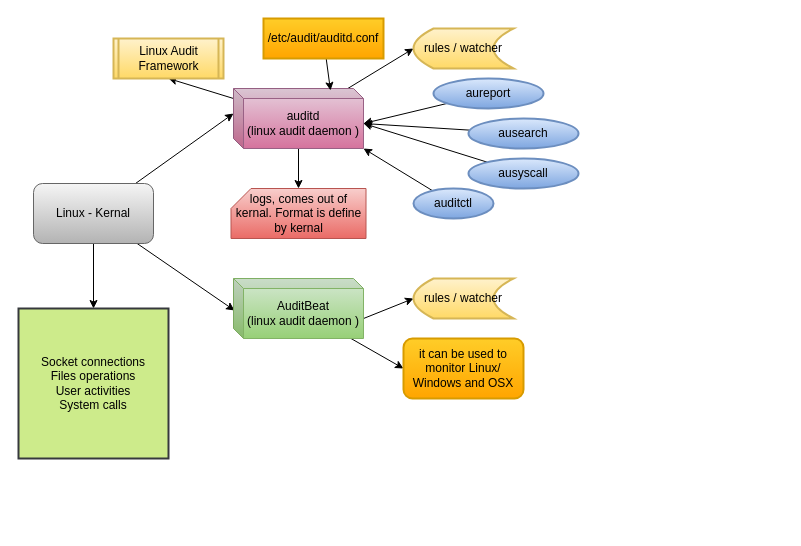
This is page "General" (1 of 3) of My Articles/elastic stack/Audit Beat Understanding.drawio from paramothers/books, a draw.io file, before an edit. Source tidied: cells renumbered, new cells numbered last; positions are measured from the earlier drawing's top-left corner, leaving out a move shared by most shapes. Both pictures are drawn from the tidied source at 100%, with x=0, y=0 at pixel (18, 18).
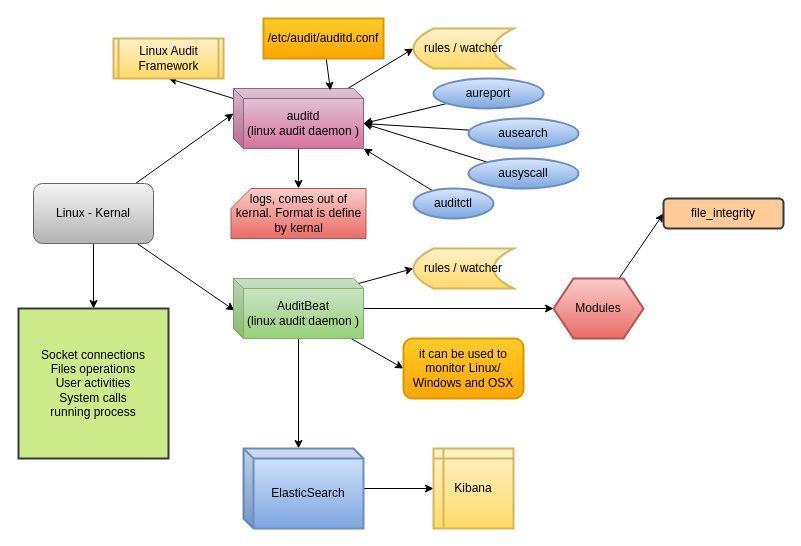
Above is the later version.

The change refers to these unchanged cells:
```xml
<mxCell id="27" value="AuditBeat&lt;br&gt;(linux audit daemon )" style="shape=cube;whiteSpace=wrap;html=1;boundedLbl=1;backgroundOutline=1;darkOpacity=0.05;darkOpacity2=0.1;size=10;gradientColor=#97d077;fillColor=#d5e8d4;strokeColor=#82b366;" parent="1" vertex="1">
  <mxGeometry x="215" y="260" width="130" height="60" as="geometry" />
</mxCell>
```

The edit, as a diff of the source:
```diff
@@
-    <mxCell id="7" style="edgeStyle=none;rounded=0;jettySize=auto;html=1;entryX=0;entryY=0.5;entryDx=0;entryDy=0;exitX=1;exitY=0.667;exitDx=0;exitDy=0;exitPerimeter=0;" parent="1" edge="1" source="27" target="25">
+    <mxCell id="7" style="edgeStyle=none;rounded=0;jettySize=auto;html=1;entryX=0;entryY=0.5;entryDx=0;entryDy=0;exitX=0;exitY=0;exitDx=125;exitDy=5;exitPerimeter=0;" parent="1" edge="1" source="27" target="25">
       <mxGeometry relative="1" as="geometry" />
     </mxCell>
@@
-    <mxCell id="12" value="Socket connections&lt;br&gt;Files operations&lt;br&gt;User activities&lt;br&gt;System calls" style="text;html=1;fillColor=#cdeb8b;align=center;verticalAlign=middle;whiteSpace=wrap;rounded=0;strokeColor=#36393d;strokeWidth=2;" parent="1" vertex="1">
+    <mxCell id="12" value="Socket connections&lt;br&gt;Files operations&lt;br&gt;User activities&lt;br&gt;System calls&lt;br&gt;running process" style="text;html=1;fillColor=#cdeb8b;align=center;verticalAlign=middle;whiteSpace=wrap;rounded=0;strokeColor=#36393d;strokeWidth=2;" parent="1" vertex="1">
       <mxGeometry y="290" width="150" height="150" as="geometry" />
     </mxCell>
@@
     <mxCell id="25" value="rules / watcher" style="shape=dataStorage;whiteSpace=wrap;html=1;fixedSize=1;strokeColor=#d6b656;strokeWidth=2;gradientColor=#ffd966;fillColor=#fff2cc;" parent="1" vertex="1">
-      <mxGeometry x="395" y="260" width="100" height="40" as="geometry" />
+      <mxGeometry x="395" y="230" width="100" height="40" as="geometry" />
     </mxCell>
@@
+    <mxCell id="29" style="edgeStyle=none;rounded=0;jettySize=auto;html=1;entryX=0;entryY=0;entryDx=55;entryDy=0;entryPerimeter=0;" parent="1" edge="1" source="27" target="32">
+      <mxGeometry relative="1" as="geometry" />
+    </mxCell>
+    <mxCell id="30" style="edgeStyle=none;rounded=0;jettySize=auto;html=1;entryX=0;entryY=0.5;entryDx=0;entryDy=0;" parent="1" edge="1" source="27" target="35">
+      <mxGeometry relative="1" as="geometry" />
+    </mxCell>
@@
+    <mxCell id="31" style="edgeStyle=none;rounded=0;jettySize=auto;html=1;entryX=0;entryY=0.5;entryDx=0;entryDy=0;" parent="1" edge="1" source="32" target="33">
+      <mxGeometry relative="1" as="geometry" />
+    </mxCell>
+    <mxCell id="32" value="ElasticSearch" style="shape=cube;whiteSpace=wrap;html=1;boundedLbl=1;backgroundOutline=1;darkOpacity=0.05;darkOpacity2=0.1;strokeColor=#6c8ebf;strokeWidth=2;size=10;gradientColor=#7ea6e0;fillColor=#dae8fc;" parent="1" vertex="1">
+      <mxGeometry x="225" y="430" width="120" height="80" as="geometry" />
+    </mxCell>
+    <mxCell id="33" value="Kibana" style="shape=internalStorage;whiteSpace=wrap;html=1;backgroundOutline=1;strokeColor=#d6b656;strokeWidth=2;dx=10;dy=10;gradientColor=#ffd966;fillColor=#fff2cc;" parent="1" vertex="1">
+      <mxGeometry x="415" y="430" width="80" height="80" as="geometry" />
+    </mxCell>
+    <mxCell id="34" style="edgeStyle=none;rounded=0;jettySize=auto;html=1;entryX=0;entryY=0.5;entryDx=0;entryDy=0;" parent="1" edge="1" source="35" target="36">
+      <mxGeometry relative="1" as="geometry" />
+    </mxCell>
+    <mxCell id="35" value="Modules" style="shape=hexagon;perimeter=hexagonPerimeter2;whiteSpace=wrap;html=1;fixedSize=1;strokeColor=#b85450;strokeWidth=2;gradientColor=#ea6b66;fillColor=#f8cecc;" parent="1" vertex="1">
+      <mxGeometry x="535" y="260" width="90" height="60" as="geometry" />
+    </mxCell>
+    <mxCell id="36" value="file_integrity" style="rounded=1;whiteSpace=wrap;html=1;strokeColor=#36393d;strokeWidth=2;fillColor=#ffcc99;" parent="1" vertex="1">
+      <mxGeometry x="645" y="180" width="120" height="30" as="geometry" />
+    </mxCell>
```
